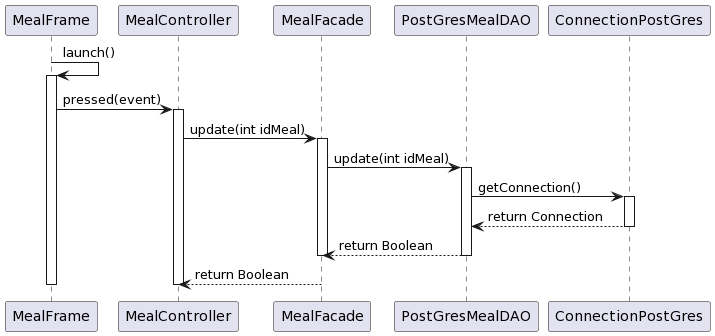
Before: diagrammes/Meal/sequence-meal-update.png, a diagram exported from PlantUML (thmsfnr/Simplify). Source of this version:
```plantuml
@startuml
MealFrame -> MealFrame : launch()
activate MealFrame

MealFrame -> MealController: pressed(event)
activate MealController

MealController -> MealFacade: update(int idMeal)
activate MealFacade

MealFacade -> PostGresMealDAO : update(int idMeal)
activate PostGresMealDAO

PostGresMealDAO -> ConnectionPostGres : getConnection()
activate ConnectionPostGres
ConnectionPostGres --> PostGresMealDAO : return Connection
deactivate ConnectionPostGres
PostGresMealDAO --> MealFacade : return Boolean
deactivate PostGresMealDAO
deactivate MealFacade

MealFacade --> MealController : return Boolean
deactivate MealController
deactivate MealFrame
@enduml
```
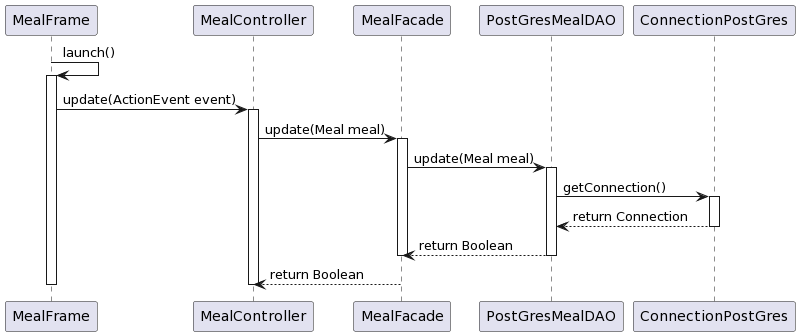
After the commit.

Commit message:
correction diagramme classe et sequence meal

Change to the diagram source:
```diff
@@ -2,13 +2,13 @@
 MealFrame -> MealFrame : launch()
 activate MealFrame
 
-MealFrame -> MealController: pressed(event)
+MealFrame -> MealController: update(ActionEvent event)
 activate MealController
 
-MealController -> MealFacade: update(int idMeal)
+MealController -> MealFacade: update(Meal meal)
 activate MealFacade
 
-MealFacade -> PostGresMealDAO : update(int idMeal)
+MealFacade -> PostGresMealDAO : update(Meal meal)
 activate PostGresMealDAO
 
 PostGresMealDAO -> ConnectionPostGres : getConnection()
```
